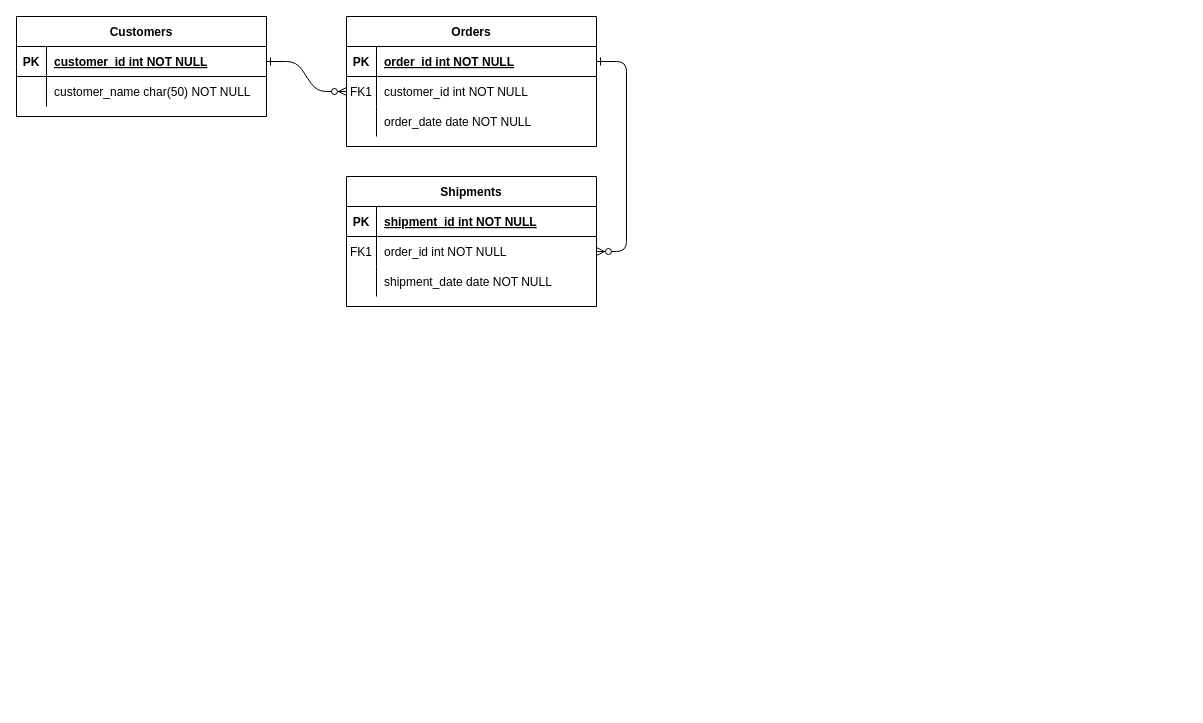
Above: Diagrama sin título.drawio in manueld1az/IMC (draw.io), before the change. Source tidied: cells renumbered, new cells numbered last; positions are measured from the earlier drawing's top-left corner, leaving out a move shared by most shapes. Both pictures are drawn from the tidied source at 100%, with x=0, y=0 at pixel (16, 16).
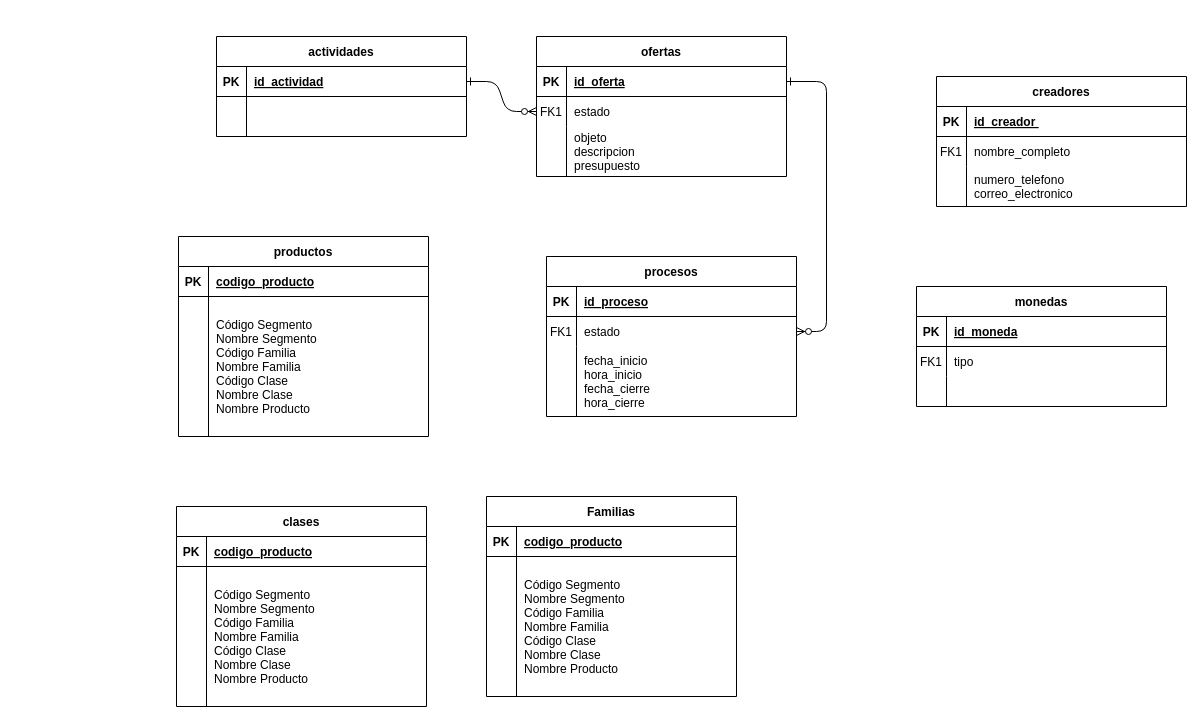
The same diagram, later.

Unchanged cells that the change refers to:
```xml
<mxCell id="5" style="shape=partialRectangle;fillColor=none;points=[[0,0.5],[1,0.5]];portConstraint=eastwest;top=0;left=0;right=0;bottom=1;" parent="4" vertex="1">
  <mxGeometry y="30" width="250" height="30" as="geometry" />
</mxCell>
<mxCell id="8" style="shape=partialRectangle;fillColor=none;points=[[0,0.5],[1,0.5]];portConstraint=eastwest;top=0;left=0;right=0;bottom=0;" parent="4" vertex="1">
  <mxGeometry y="60" width="250" height="30" as="geometry" />
</mxCell>
<mxCell id="15" style="shape=partialRectangle;fillColor=none;top=0;left=0;right=0;bottom=1;" parent="14" vertex="1">
  <mxGeometry y="30" width="250" height="30" as="geometry" />
</mxCell>
<mxCell id="18" style="shape=partialRectangle;fillColor=none;points=[[0,0.5],[1,0.5]];portConstraint=eastwest;top=0;left=0;right=0;bottom=0;" parent="14" vertex="1">
  <mxGeometry y="60" width="250" height="30" as="geometry" />
</mxCell>
<mxCell id="25" style="shape=partialRectangle;fillColor=none;points=[[0,0.5],[1,0.5]];portConstraint=eastwest;top=0;left=0;right=0;bottom=1;" parent="24" vertex="1">
  <mxGeometry y="30" width="250" height="30" as="geometry" />
</mxCell>
```

What changed in the source:
```diff
@@
-    <mxCell id="2" style="edgeStyle=entityRelationEdgeStyle;endArrow=ERzeroToMany;startArrow=ERone;endFill=1;startFill=0;" parent="1" edge="1" source="25" target="8">
+    <mxCell id="2" style="edgeStyle=entityRelationEdgeStyle;endArrow=ERzeroToMany;startArrow=ERone;endFill=1;startFill=0;entryX=0;entryY=0.5;entryDx=0;entryDy=0;" parent="1" edge="1" source="25" target="8">
       <mxGeometry relative="1" as="geometry" />
     </mxCell>
@@
-    <mxCell id="4" value="Orders" style="shape=table;startSize=30;childLayout=tableLayout;rowLines=0;fontStyle=1;align=center;" parent="1" vertex="1">
-      <mxGeometry x="330" width="250" height="130" as="geometry" />
+    <mxCell id="4" value="ofertas" style="shape=table;startSize=30;childLayout=tableLayout;rowLines=0;fontStyle=1;align=center;" parent="1" vertex="1">
+      <mxGeometry x="520" y="20" width="250" height="140" as="geometry" />
     </mxCell>
@@
-    <mxCell id="7" value="order_id int NOT NULL " style="shape=partialRectangle;overflow=hidden;fillColor=none;top=0;left=0;bottom=0;right=0;align=left;spacingLeft=6;fontStyle=5;" parent="5" vertex="1">
+    <mxCell id="7" value="id_oferta" style="shape=partialRectangle;overflow=hidden;fillColor=none;top=0;left=0;bottom=0;right=0;align=left;spacingLeft=6;fontStyle=5;" parent="5" vertex="1">
       <mxGeometry x="30" width="220" height="30" as="geometry" />
     </mxCell>
@@
-    <mxCell id="10" value="customer_id int NOT NULL" style="shape=partialRectangle;overflow=hidden;fillColor=none;top=0;left=0;bottom=0;right=0;align=left;spacingLeft=6;" parent="8" vertex="1">
+    <mxCell id="10" value="estado" style="shape=partialRectangle;overflow=hidden;fillColor=none;top=0;left=0;bottom=0;right=0;align=left;spacingLeft=6;" parent="8" vertex="1">
       <mxGeometry x="30" width="220" height="30" as="geometry" />
     </mxCell>
     <mxCell id="11" style="shape=partialRectangle;fillColor=none;top=0;left=0;right=0;bottom=0;" parent="4" vertex="1">
-      <mxGeometry y="90" width="250" height="30" as="geometry" />
+      <mxGeometry y="90" width="250" height="50" as="geometry" />
     </mxCell>
     <mxCell id="12" style="shape=partialRectangle;overflow=hidden;fillColor=none;top=0;left=0;bottom=0;right=0;" parent="11" vertex="1">
-      <mxGeometry width="30" height="30" as="geometry" />
+      <mxGeometry width="30" height="50" as="geometry" />
     </mxCell>
-    <mxCell id="13" value="order_date date NOT NULL" style="shape=partialRectangle;overflow=hidden;fillColor=none;top=0;left=0;bottom=0;right=0;align=left;spacingLeft=6;" parent="11" vertex="1">
-      <mxGeometry x="30" width="220" height="30" as="geometry" />
+    <mxCell id="13" value="objeto &#10;descripcion&#10;presupuesto" style="shape=partialRectangle;overflow=hidden;fillColor=none;top=0;left=0;bottom=0;right=0;align=left;spacingLeft=6;" parent="11" vertex="1">
+      <mxGeometry x="30" width="220" height="50" as="geometry" />
     </mxCell>
-    <mxCell id="14" value="Shipments" style="shape=table;startSize=30;childLayout=tableLayout;rowLines=0;fontStyle=1;align=center;" parent="1" vertex="1">
-      <mxGeometry x="330" y="160" width="250" height="130" as="geometry" />
+    <mxCell id="14" value="procesos" style="shape=table;startSize=30;childLayout=tableLayout;rowLines=0;fontStyle=1;align=center;" parent="1" vertex="1">
+      <mxGeometry x="530" y="240" width="250" height="160" as="geometry" />
     </mxCell>
@@
-    <mxCell id="17" value="shipment_id int NOT NULL " style="shape=partialRectangle;overflow=hidden;fillColor=none;top=0;left=0;bottom=0;right=0;align=left;spacingLeft=6;fontStyle=5;" parent="15" vertex="1">
+    <mxCell id="17" value="id_proceso" style="shape=partialRectangle;overflow=hidden;fillColor=none;top=0;left=0;bottom=0;right=0;align=left;spacingLeft=6;fontStyle=5;" parent="15" vertex="1">
       <mxGeometry x="30" width="220" height="30" as="geometry" />
     </mxCell>
@@
-    <mxCell id="20" value="order_id int NOT NULL" style="shape=partialRectangle;overflow=hidden;fillColor=none;top=0;left=0;bottom=0;right=0;align=left;spacingLeft=6;" parent="18" vertex="1">
+    <mxCell id="20" value="estado" style="shape=partialRectangle;overflow=hidden;fillColor=none;top=0;left=0;bottom=0;right=0;align=left;spacingLeft=6;" parent="18" vertex="1">
       <mxGeometry x="30" width="220" height="30" as="geometry" />
     </mxCell>
     <mxCell id="21" style="shape=partialRectangle;fillColor=none;top=0;left=0;right=0;bottom=0;" parent="14" vertex="1">
-      <mxGeometry y="90" width="250" height="30" as="geometry" />
+      <mxGeometry y="90" width="250" height="70" as="geometry" />
     </mxCell>
     <mxCell id="22" style="shape=partialRectangle;overflow=hidden;fillColor=none;top=0;left=0;bottom=0;right=0;" parent="21" vertex="1">
-      <mxGeometry width="30" height="30" as="geometry" />
+      <mxGeometry width="30" height="70" as="geometry" />
     </mxCell>
-    <mxCell id="23" value="shipment_date date NOT NULL" style="shape=partialRectangle;overflow=hidden;fillColor=none;top=0;left=0;bottom=0;right=0;align=left;spacingLeft=6;" parent="21" vertex="1">
-      <mxGeometry x="30" width="220" height="30" as="geometry" />
+    <mxCell id="23" value="fecha_inicio&#10;hora_inicio&#10;fecha_cierre&#10;hora_cierre" style="shape=partialRectangle;overflow=hidden;fillColor=none;top=0;left=0;bottom=0;right=0;align=left;spacingLeft=6;" parent="21" vertex="1">
+      <mxGeometry x="30" width="220" height="70" as="geometry" />
     </mxCell>
-    <mxCell id="24" value="Customers" style="shape=table;startSize=30;childLayout=tableLayout;rowLines=0;fontStyle=1;align=center;" parent="1" vertex="1">
-      <mxGeometry width="250" height="100" as="geometry" />
+    <mxCell id="24" value="actividades" style="shape=table;startSize=30;childLayout=tableLayout;rowLines=0;fontStyle=1;align=center;" parent="1" vertex="1">
+      <mxGeometry x="200" y="20" width="250" height="100" as="geometry" />
     </mxCell>
@@
-    <mxCell id="27" value="customer_id int NOT NULL " style="shape=partialRectangle;overflow=hidden;fillColor=none;top=0;left=0;bottom=0;right=0;align=left;spacingLeft=6;fontStyle=5;" parent="25" vertex="1">
+    <mxCell id="27" value="id_actividad" style="shape=partialRectangle;overflow=hidden;fillColor=none;top=0;left=0;bottom=0;right=0;align=left;spacingLeft=6;fontStyle=5;" parent="25" vertex="1">
       <mxGeometry x="30" width="220" height="30" as="geometry" />
     </mxCell>
     <mxCell id="28" style="shape=partialRectangle;fillColor=none;top=0;left=0;right=0;bottom=0;" parent="24" vertex="1">
-      <mxGeometry y="60" width="250" height="30" as="geometry" />
+      <mxGeometry y="60" width="250" height="40" as="geometry" />
     </mxCell>
     <mxCell id="29" style="shape=partialRectangle;overflow=hidden;fillColor=none;top=0;left=0;bottom=0;right=0;" parent="28" vertex="1">
-      <mxGeometry width="30" height="30" as="geometry" />
+      <mxGeometry width="30" height="40" as="geometry" />
     </mxCell>
-    <mxCell id="30" value="customer_name char(50) NOT NULL" style="shape=partialRectangle;overflow=hidden;fillColor=none;top=0;left=0;bottom=0;right=0;align=left;spacingLeft=6;" parent="28" vertex="1">
-      <mxGeometry x="30" width="220" height="30" as="geometry" />
+    <mxCell id="30" style="shape=partialRectangle;overflow=hidden;fillColor=none;top=0;left=0;bottom=0;right=0;align=left;spacingLeft=6;" parent="28" vertex="1">
+      <mxGeometry x="30" width="220" height="40" as="geometry" />
     </mxCell>
+    <mxCell id="31" value="monedas" style="shape=table;startSize=30;childLayout=tableLayout;rowLines=0;fontStyle=1;align=center;" parent="1" vertex="1">
+      <mxGeometry x="900" y="270" width="250" height="120" as="geometry" />
+    </mxCell>
+    <mxCell id="32" style="shape=partialRectangle;fillColor=none;top=0;left=0;right=0;bottom=1;" parent="31" vertex="1">
+      <mxGeometry y="30" width="250" height="30" as="geometry" />
+    </mxCell>
+    <mxCell id="33" value="PK" style="shape=partialRectangle;overflow=hidden;fillColor=none;top=0;left=0;bottom=0;right=0;fontStyle=1;" parent="32" vertex="1">
+      <mxGeometry width="30" height="30" as="geometry" />
+    </mxCell>
+    <mxCell id="34" value="id_moneda" style="shape=partialRectangle;overflow=hidden;fillColor=none;top=0;left=0;bottom=0;right=0;align=left;spacingLeft=6;fontStyle=5;" parent="32" vertex="1">
+      <mxGeometry x="30" width="220" height="30" as="geometry" />
+    </mxCell>
+    <mxCell id="35" style="shape=partialRectangle;fillColor=none;top=0;left=0;right=0;bottom=0;" parent="31" vertex="1">
+      <mxGeometry y="60" width="250" height="30" as="geometry" />
+    </mxCell>
+    <mxCell id="36" value="FK1" style="shape=partialRectangle;overflow=hidden;fillColor=none;top=0;left=0;bottom=0;right=0;" parent="35" vertex="1">
+      <mxGeometry width="30" height="30" as="geometry" />
+    </mxCell>
+    <mxCell id="37" value="tipo" style="shape=partialRectangle;overflow=hidden;fillColor=none;top=0;left=0;bottom=0;right=0;align=left;spacingLeft=6;" parent="35" vertex="1">
+      <mxGeometry x="30" width="220" height="30" as="geometry" />
+    </mxCell>
+    <mxCell id="38" style="shape=partialRectangle;fillColor=none;top=0;left=0;right=0;bottom=0;" parent="31" vertex="1">
+      <mxGeometry y="90" width="250" height="30" as="geometry" />
+    </mxCell>
+    <mxCell id="39" style="shape=partialRectangle;overflow=hidden;fillColor=none;top=0;left=0;bottom=0;right=0;" parent="38" vertex="1">
+      <mxGeometry width="30" height="30" as="geometry" />
+    </mxCell>
+    <mxCell id="40" style="shape=partialRectangle;overflow=hidden;fillColor=none;top=0;left=0;bottom=0;right=0;align=left;spacingLeft=6;" parent="38" vertex="1">
+      <mxGeometry x="30" width="220" height="30" as="geometry" />
+    </mxCell>
+    <mxCell id="41" value="creadores" style="shape=table;startSize=30;childLayout=tableLayout;rowLines=0;fontStyle=1;align=center;" parent="1" vertex="1">
+      <mxGeometry x="920" y="60" width="250" height="130" as="geometry" />
+    </mxCell>
+    <mxCell id="42" style="shape=partialRectangle;fillColor=none;top=0;left=0;right=0;bottom=1;" parent="41" vertex="1">
+      <mxGeometry y="30" width="250" height="30" as="geometry" />
+    </mxCell>
+    <mxCell id="43" value="PK" style="shape=partialRectangle;overflow=hidden;fillColor=none;top=0;left=0;bottom=0;right=0;fontStyle=1;" parent="42" vertex="1">
+      <mxGeometry width="30" height="30" as="geometry" />
+    </mxCell>
+    <mxCell id="44" value="id_creador " style="shape=partialRectangle;overflow=hidden;fillColor=none;top=0;left=0;bottom=0;right=0;align=left;spacingLeft=6;fontStyle=5;" parent="42" vertex="1">
+      <mxGeometry x="30" width="220" height="30" as="geometry" />
+    </mxCell>
+    <mxCell id="45" style="shape=partialRectangle;fillColor=none;top=0;left=0;right=0;bottom=0;" parent="41" vertex="1">
+      <mxGeometry y="60" width="250" height="30" as="geometry" />
+    </mxCell>
+    <mxCell id="46" value="FK1" style="shape=partialRectangle;overflow=hidden;fillColor=none;top=0;left=0;bottom=0;right=0;" parent="45" vertex="1">
+      <mxGeometry width="30" height="30" as="geometry" />
+    </mxCell>
+    <mxCell id="47" value="nombre_completo" style="shape=partialRectangle;overflow=hidden;fillColor=none;top=0;left=0;bottom=0;right=0;align=left;spacingLeft=6;" parent="45" vertex="1">
+      <mxGeometry x="30" width="220" height="30" as="geometry" />
+    </mxCell>
+    <mxCell id="48" style="shape=partialRectangle;fillColor=none;top=0;left=0;right=0;bottom=0;" parent="41" vertex="1">
+      <mxGeometry y="90" width="250" height="40" as="geometry" />
+    </mxCell>
+    <mxCell id="49" style="shape=partialRectangle;overflow=hidden;fillColor=none;top=0;left=0;bottom=0;right=0;" parent="48" vertex="1">
+      <mxGeometry width="30" height="40" as="geometry" />
+    </mxCell>
+    <mxCell id="50" value="numero_telefono&#10;correo_electronico" style="shape=partialRectangle;overflow=hidden;fillColor=none;top=0;left=0;bottom=0;right=0;align=left;spacingLeft=6;" parent="48" vertex="1">
+      <mxGeometry x="30" width="220" height="40" as="geometry" />
+    </mxCell>
+    <mxCell id="51" value="productos" style="shape=table;startSize=30;childLayout=tableLayout;rowLines=0;fontStyle=1;align=center;" parent="1" vertex="1">
+      <mxGeometry x="162" y="220" width="250" height="200" as="geometry" />
+    </mxCell>
+    <mxCell id="52" style="shape=partialRectangle;fillColor=none;top=0;left=0;right=0;bottom=1;" parent="51" vertex="1">
+      <mxGeometry y="30" width="250" height="30" as="geometry" />
+    </mxCell>
+    <mxCell id="53" value="PK" style="shape=partialRectangle;overflow=hidden;fillColor=none;top=0;left=0;bottom=0;right=0;fontStyle=1;" parent="52" vertex="1">
+      <mxGeometry width="30" height="30" as="geometry" />
+    </mxCell>
+    <mxCell id="54" value="codigo_producto" style="shape=partialRectangle;overflow=hidden;fillColor=none;top=0;left=0;bottom=0;right=0;align=left;spacingLeft=6;fontStyle=5;" parent="52" vertex="1">
+      <mxGeometry x="30" width="220" height="30" as="geometry" />
+    </mxCell>
+    <mxCell id="55" style="shape=partialRectangle;fillColor=none;top=0;left=0;right=0;bottom=0;" parent="51" vertex="1">
+      <mxGeometry y="60" width="250" height="140" as="geometry" />
+    </mxCell>
+    <mxCell id="56" style="shape=partialRectangle;overflow=hidden;fillColor=none;top=0;left=0;bottom=0;right=0;" parent="55" vertex="1">
+      <mxGeometry width="30" height="140" as="geometry" />
+    </mxCell>
+    <mxCell id="57" value="Código Segmento&#10;Nombre Segmento&#10;Código Familia&#10;Nombre Familia&#10;Código Clase&#10;Nombre Clase&#10;Nombre Producto" style="shape=partialRectangle;overflow=hidden;fillColor=none;top=0;left=0;bottom=0;right=0;align=left;spacingLeft=6;" parent="55" vertex="1">
+      <mxGeometry x="30" width="220" height="140" as="geometry" />
+    </mxCell>
+    <mxCell id="58" value="clases" style="shape=table;startSize=30;childLayout=tableLayout;rowLines=0;fontStyle=1;align=center;" parent="1" vertex="1">
+      <mxGeometry x="160" y="490" width="250" height="200" as="geometry" />
+    </mxCell>
+    <mxCell id="59" style="shape=partialRectangle;fillColor=none;top=0;left=0;right=0;bottom=1;" parent="58" vertex="1">
+      <mxGeometry y="30" width="250" height="30" as="geometry" />
+    </mxCell>
+    <mxCell id="60" value="PK" style="shape=partialRectangle;overflow=hidden;fillColor=none;top=0;left=0;bottom=0;right=0;fontStyle=1;" parent="59" vertex="1">
+      <mxGeometry width="30" height="30" as="geometry" />
+    </mxCell>
+    <mxCell id="61" value="codigo_producto" style="shape=partialRectangle;overflow=hidden;fillColor=none;top=0;left=0;bottom=0;right=0;align=left;spacingLeft=6;fontStyle=5;" parent="59" vertex="1">
+      <mxGeometry x="30" width="220" height="30" as="geometry" />
+    </mxCell>
+    <mxCell id="62" style="shape=partialRectangle;fillColor=none;top=0;left=0;right=0;bottom=0;" parent="58" vertex="1">
+      <mxGeometry y="60" width="250" height="140" as="geometry" />
+    </mxCell>
+    <mxCell id="63" style="shape=partialRectangle;overflow=hidden;fillColor=none;top=0;left=0;bottom=0;right=0;" parent="62" vertex="1">
+      <mxGeometry width="30" height="140" as="geometry" />
+    </mxCell>
+    <mxCell id="64" value="Código Segmento&#10;Nombre Segmento&#10;Código Familia&#10;Nombre Familia&#10;Código Clase&#10;Nombre Clase&#10;Nombre Producto" style="shape=partialRectangle;overflow=hidden;fillColor=none;top=0;left=0;bottom=0;right=0;align=left;spacingLeft=6;" parent="62" vertex="1">
+      <mxGeometry x="30" width="220" height="140" as="geometry" />
+    </mxCell>
+    <mxCell id="65" value="Familias" style="shape=table;startSize=30;childLayout=tableLayout;rowLines=0;fontStyle=1;align=center;" parent="1" vertex="1">
+      <mxGeometry x="470" y="480" width="250" height="200" as="geometry" />
+    </mxCell>
+    <mxCell id="66" style="shape=partialRectangle;fillColor=none;top=0;left=0;right=0;bottom=1;" parent="65" vertex="1">
+      <mxGeometry y="30" width="250" height="30" as="geometry" />
+    </mxCell>
+    <mxCell id="67" value="PK" style="shape=partialRectangle;overflow=hidden;fillColor=none;top=0;left=0;bottom=0;right=0;fontStyle=1;" parent="66" vertex="1">
+      <mxGeometry width="30" height="30" as="geometry" />
+    </mxCell>
+    <mxCell id="68" value="codigo_producto" style="shape=partialRectangle;overflow=hidden;fillColor=none;top=0;left=0;bottom=0;right=0;align=left;spacingLeft=6;fontStyle=5;" parent="66" vertex="1">
+      <mxGeometry x="30" width="220" height="30" as="geometry" />
+    </mxCell>
+    <mxCell id="69" style="shape=partialRectangle;fillColor=none;top=0;left=0;right=0;bottom=0;" parent="65" vertex="1">
+      <mxGeometry y="60" width="250" height="140" as="geometry" />
+    </mxCell>
+    <mxCell id="70" style="shape=partialRectangle;overflow=hidden;fillColor=none;top=0;left=0;bottom=0;right=0;" parent="69" vertex="1">
+      <mxGeometry width="30" height="140" as="geometry" />
+    </mxCell>
+    <mxCell id="71" value="Código Segmento&#10;Nombre Segmento&#10;Código Familia&#10;Nombre Familia&#10;Código Clase&#10;Nombre Clase&#10;Nombre Producto" style="shape=partialRectangle;overflow=hidden;fillColor=none;top=0;left=0;bottom=0;right=0;align=left;spacingLeft=6;" parent="69" vertex="1">
+      <mxGeometry x="30" width="220" height="140" as="geometry" />
+    </mxCell>
```
